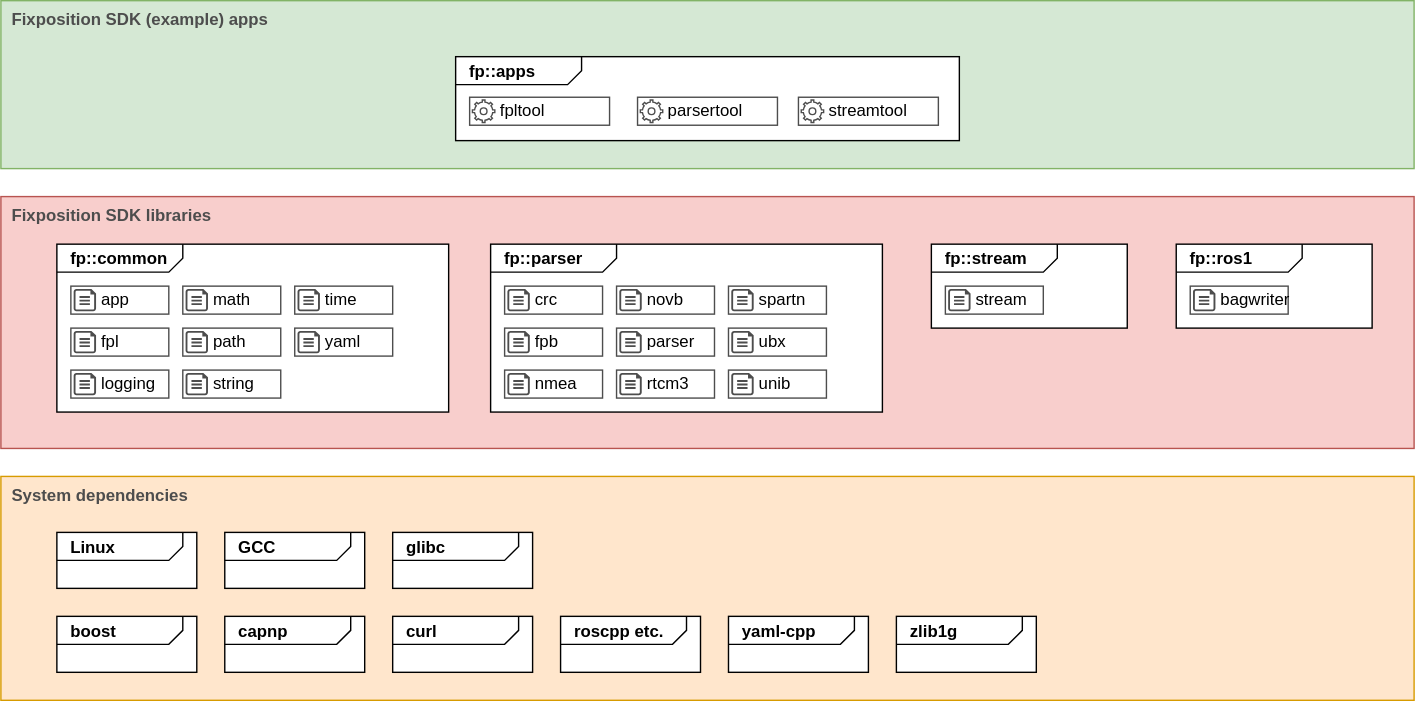
Above: doc/fpsdk-overview.drawio.svg in fixposition/fixposition-sdk (draw.io), before the change. Source tidied: cells renumbered, new cells last; positions are measured from the earlier drawing's top-left corner, leaving out a move shared by most shapes.
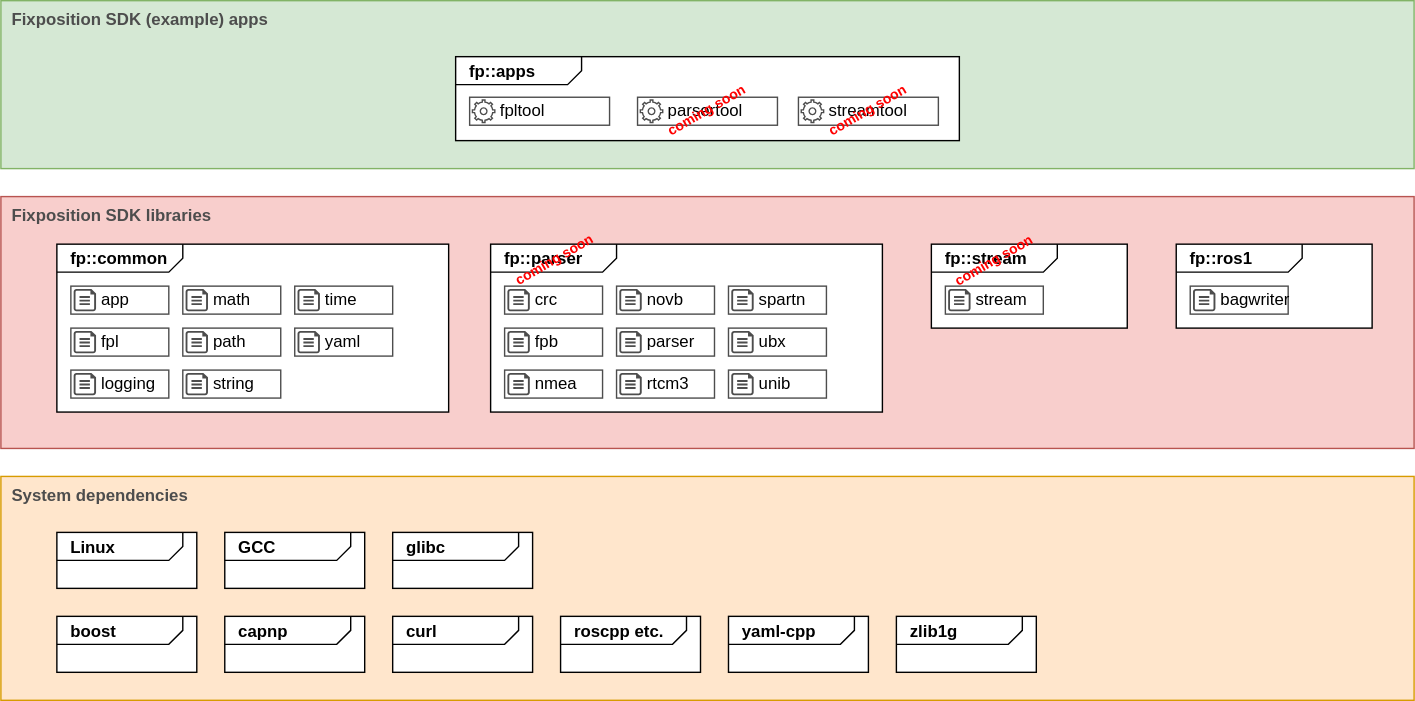
Above is the later version.

The edit, as a diff of the source:
```diff
@@ -122,6 +122,9 @@
     <mxCell id="41" value="streamtool" style="whiteSpace=wrap;html=1;strokeColor=#4D4D4D;strokeWidth=1;fontSize=12;fillColor=none;align=left;spacingLeft=20;" parent="39" vertex="1">
       <mxGeometry width="100" height="20" as="geometry" />
     </mxCell>
+    <mxCell id="85" value="coming soon" style="text;strokeColor=none;align=center;fillColor=none;html=1;verticalAlign=middle;whiteSpace=wrap;rounded=0;fontColor=#FF0000;fontStyle=1;rotation=-30;opacity=25;spacing=0;fontSize=10;spacingTop=-2;" parent="39" vertex="1">
+      <mxGeometry x="14.3" y="4.3" width="71.3" height="11.3" as="geometry" />
+    </mxCell>
     <mxCell id="42" style="group;" parent="1" vertex="1">
       <mxGeometry x="335" y="69" width="100" height="20" as="geometry" />
     </mxCell>
@@ -239,6 +242,9 @@
     <mxCell id="80" value="parsertool" style="whiteSpace=wrap;html=1;strokeColor=#4D4D4D;strokeWidth=1;fontSize=12;fillColor=none;align=left;spacingLeft=20;" parent="78" vertex="1">
       <mxGeometry width="100" height="20" as="geometry" />
     </mxCell>
+    <mxCell id="86" value="coming soon" style="text;strokeColor=none;align=center;fillColor=none;html=1;verticalAlign=middle;whiteSpace=wrap;rounded=0;fontColor=#FF0000;fontStyle=1;rotation=-30;opacity=25;spacing=0;fontSize=10;spacingTop=-2;" parent="78" vertex="1">
+      <mxGeometry x="14.3" y="4.3" width="71.3" height="11.3" as="geometry" />
+    </mxCell>
     <mxCell id="81" value="&lt;p style=&quot;margin:0px;margin-top:4px;margin-left:10px;text-align:left;&quot;&gt;&lt;b&gt;&lt;font style=&quot;font-size: 12px;&quot;&gt;capnp&lt;/font&gt;&lt;/b&gt;&lt;/p&gt;" style="html=1;shape=mxgraph.sysml.package;xSize=90;align=left;spacingLeft=10;overflow=fill;" parent="1" vertex="1">
       <mxGeometry x="160" y="440" width="100" height="40" as="geometry" />
     </mxCell>
@@ -251,5 +257,11 @@
     <mxCell id="84" value="&lt;p style=&quot;margin:0px;margin-top:4px;margin-left:10px;text-align:left;&quot;&gt;&lt;b&gt;&lt;font style=&quot;font-size: 12px;&quot;&gt;curl&lt;/font&gt;&lt;/b&gt;&lt;/p&gt;" style="html=1;shape=mxgraph.sysml.package;xSize=90;align=left;spacingLeft=10;overflow=fill;" parent="1" vertex="1">
       <mxGeometry x="280" y="440" width="100" height="40" as="geometry" />
     </mxCell>
+    <mxCell id="87" value="coming soon" style="text;strokeColor=none;align=center;fillColor=none;html=1;verticalAlign=middle;whiteSpace=wrap;rounded=0;fontColor=#FF0000;fontStyle=1;rotation=-30;opacity=25;spacing=0;fontSize=10;spacingTop=-2;" parent="1" vertex="1">
+      <mxGeometry x="360" y="180" width="71.3" height="11.3" as="geometry" />
+    </mxCell>
+    <mxCell id="88" value="coming soon" style="text;strokeColor=none;align=center;fillColor=none;html=1;verticalAlign=middle;whiteSpace=wrap;rounded=0;fontColor=#FF0000;fontStyle=1;rotation=-30;opacity=25;spacing=0;fontSize=10;spacingTop=-2;" parent="1" vertex="1">
+      <mxGeometry x="675" y="180" width="71.3" height="11.3" as="geometry" />
+    </mxCell>
   </root>
 </mxGraphModel>
```
